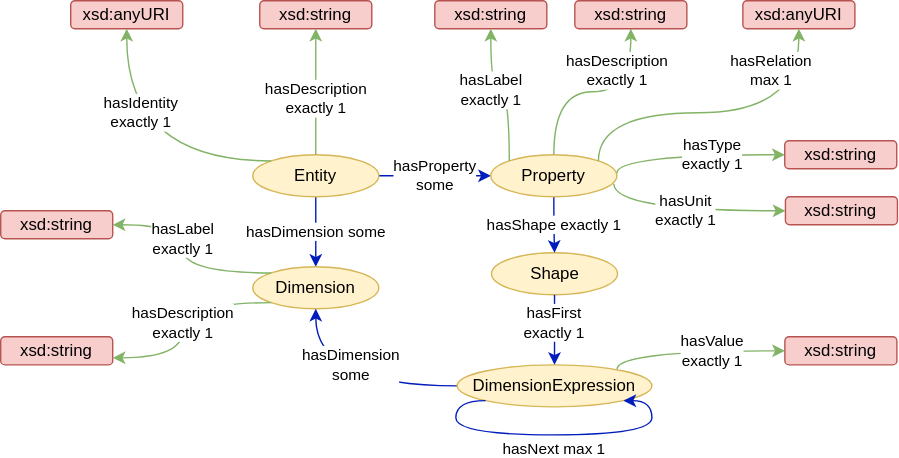
Earlier version of the draw.io export figs/entity.svg (emmo-repo/domain-datamodel). Source tidied: cells renumbered, new cells last; positions are measured from the earlier drawing's top-left corner, leaving out a move shared by most shapes.
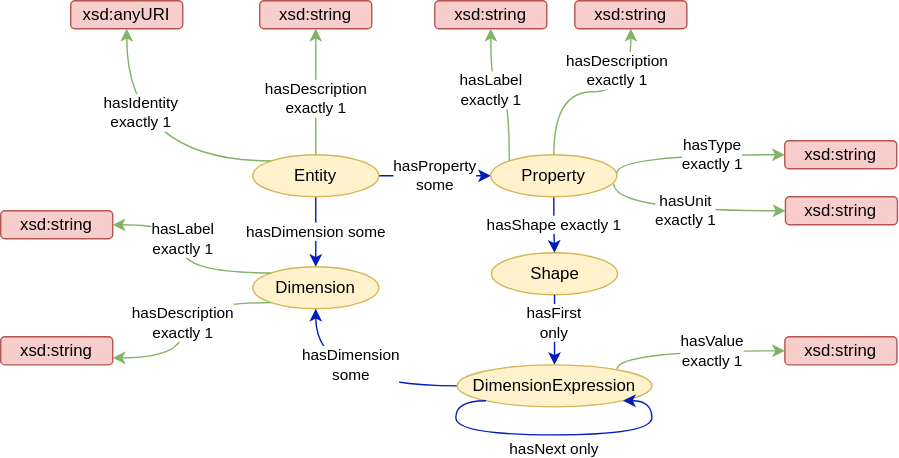
Later version of the same file.

Commit message:
Replaced invald max 1 cardinality relations with universal relations

What changed in the source:
```diff
@@ -66,17 +66,6 @@
     <mxCell id="21" value="hasLabel&lt;br&gt;exactly 1" style="edgeStyle=orthogonalEdgeStyle;curved=1;rounded=0;jettySize=auto;html=1;endArrow=classic;endFill=1;strokeColor=#82b366;exitX=0;exitY=0;exitDx=0;exitDy=0;fillColor=#d5e8d4;entryX=1;entryY=0.5;entryDx=0;entryDy=0;" parent="1" edge="1" source="5" target="20">
       <mxGeometry x="0.19" relative="1" as="geometry" />
     </mxCell>
-    <mxCell id="22" value="xsd:anyURI" style="rounded=1;whiteSpace=wrap;html=1;fillColor=#f8cecc;strokeColor=#b85450;" parent="1" vertex="1">
-      <mxGeometry x="530" width="80" height="20" as="geometry" />
-    </mxCell>
-    <mxCell id="23" value="hasRelation&lt;br&gt;max 1" style="edgeStyle=orthogonalEdgeStyle;curved=1;rounded=0;jettySize=auto;html=1;endArrow=classic;endFill=1;strokeColor=#82b366;exitX=1;exitY=0;exitDx=0;exitDy=0;fillColor=#d5e8d4;" parent="1" edge="1" source="9" target="22">
-      <mxGeometry x="0.75" y="20" relative="1" as="geometry">
-        <Array as="points">
-          <mxPoint x="427" y="80" />
-          <mxPoint x="570" y="80" />
-        </Array>
-      </mxGeometry>
-    </mxCell>
     <mxCell id="24" value="xsd:anyURI" style="rounded=1;whiteSpace=wrap;html=1;fillColor=#f8cecc;strokeColor=#b85450;" parent="1" vertex="1">
       <mxGeometry x="50" width="80" height="20" as="geometry" />
     </mxCell>
@@ -86,7 +75,7 @@
     <mxCell id="26" value="DimensionExpression" style="ellipse;whiteSpace=wrap;html=1;fillColor=#fff2cc;strokeColor=#d6b656;" parent="1" vertex="1">
       <mxGeometry x="326" y="260" width="139" height="30" as="geometry" />
     </mxCell>
-    <mxCell id="27" value="hasNext max 1" style="edgeStyle=orthogonalEdgeStyle;curved=1;rounded=0;orthogonalLoop=1;jettySize=auto;html=1;endArrow=classic;endFill=1;strokeColor=#001DBC;exitX=0;exitY=1;exitDx=0;exitDy=0;entryX=1;entryY=1;entryDx=0;entryDy=0;" parent="1" edge="1" source="26" target="26">
+    <mxCell id="27" value="hasNext only" style="edgeStyle=orthogonalEdgeStyle;curved=1;rounded=0;orthogonalLoop=1;jettySize=auto;html=1;endArrow=classic;endFill=1;strokeColor=#001DBC;exitX=0;exitY=1;exitDx=0;exitDy=0;entryX=1;entryY=1;entryDx=0;entryDy=0;" parent="1" edge="1" source="26" target="26">
       <mxGeometry x="0.01" y="-10" relative="1" as="geometry">
         <Array as="points">
           <mxPoint x="325" y="286" />
@@ -96,7 +85,7 @@
         </Array>
       </mxGeometry>
     </mxCell>
-    <mxCell id="28" value="hasFirst&lt;br&gt;exactly 1" style="edgeStyle=orthogonalEdgeStyle;curved=1;rounded=0;jettySize=auto;html=1;endArrow=classic;endFill=1;strokeColor=#001DBC;exitX=0.5;exitY=1;exitDx=0;exitDy=0;" parent="1" edge="1" source="7" target="26">
+    <mxCell id="28" value="hasFirst&lt;br&gt;only" style="edgeStyle=orthogonalEdgeStyle;curved=1;rounded=0;jettySize=auto;html=1;endArrow=classic;endFill=1;strokeColor=#001DBC;exitX=0.5;exitY=1;exitDx=0;exitDy=0;" parent="1" edge="1" source="7" target="26">
       <mxGeometry x="-0.21" y="-1" relative="1" as="geometry" />
     </mxCell>
     <mxCell id="29" value="xsd:string" style="rounded=1;whiteSpace=wrap;html=1;fillColor=#f8cecc;strokeColor=#b85450;" parent="1" vertex="1">
```
